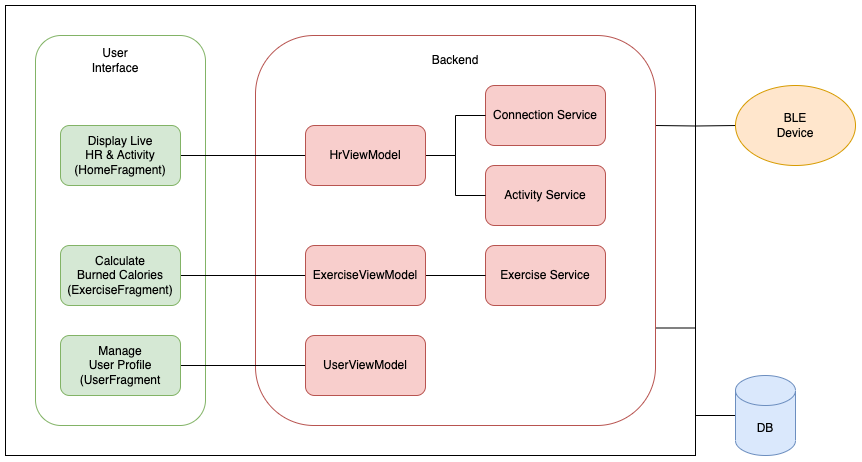
Above: my-thesis/diagrams/architecture-diagram.drawio.png in ba-nhermanto/thesis (draw.io), before the change. Source tidied: cells renumbered, new cells last; positions are measured from the earlier drawing's top-left corner, leaving out a move shared by most shapes.
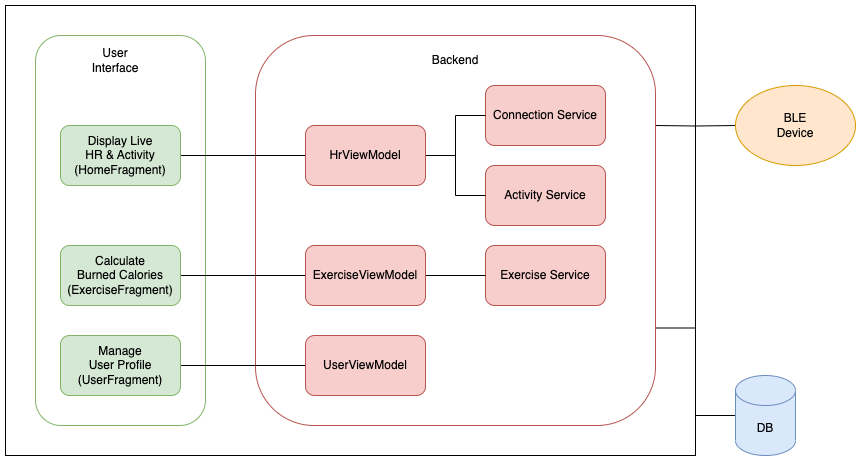
Later version of the same file.

The edit, as a diff of the source:
```diff
@@ -37,7 +37,7 @@
     <mxCell id="12" style="edgeStyle=orthogonalEdgeStyle;rounded=0;jettySize=auto;html=1;exitX=1;exitY=0.5;exitDx=0;exitDy=0;entryX=0;entryY=0.5;entryDx=0;entryDy=0;endArrow=none;endFill=0;" parent="1" edge="1" source="13" target="17">
       <mxGeometry relative="1" as="geometry" />
     </mxCell>
-    <mxCell id="13" value="Manage &lt;br&gt;User Profile&lt;br&gt;(UserFragment" style="rounded=1;whiteSpace=wrap;html=1;fillColor=#d5e8d4;strokeColor=#82b366;" parent="1" vertex="1">
+    <mxCell id="13" value="Manage &lt;br&gt;User Profile&lt;br&gt;(UserFragment)" style="rounded=1;whiteSpace=wrap;html=1;fillColor=#d5e8d4;strokeColor=#82b366;" parent="1" vertex="1">
       <mxGeometry x="55" y="330" width="120" height="60" as="geometry" />
     </mxCell>
     <mxCell id="14" value="Backend" style="text;html=1;strokeColor=none;fillColor=none;align=center;verticalAlign=middle;whiteSpace=wrap;rounded=0;" parent="1" vertex="1">
```
